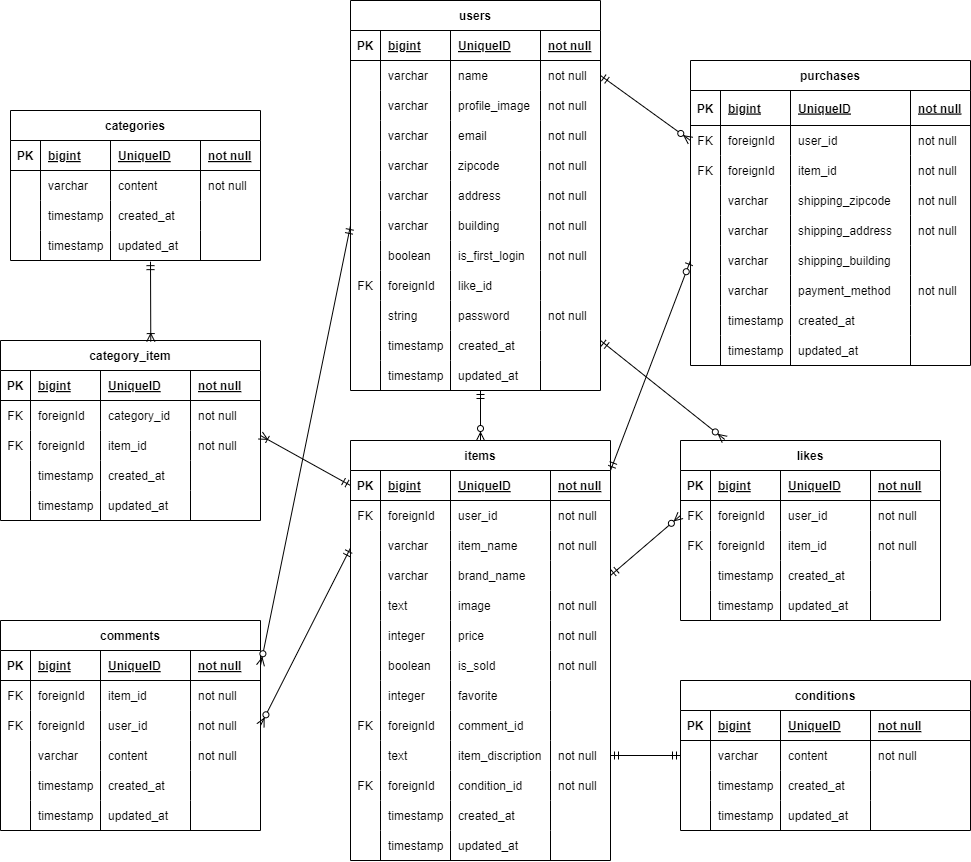
kttmm717/mock-case keeps this draw.io diagram as er.drawio.png. Above is the earlier version. Source tidied: cells renumbered, new cells last; positions are measured from the earlier drawing's top-left corner, leaving out a move shared by most shapes.
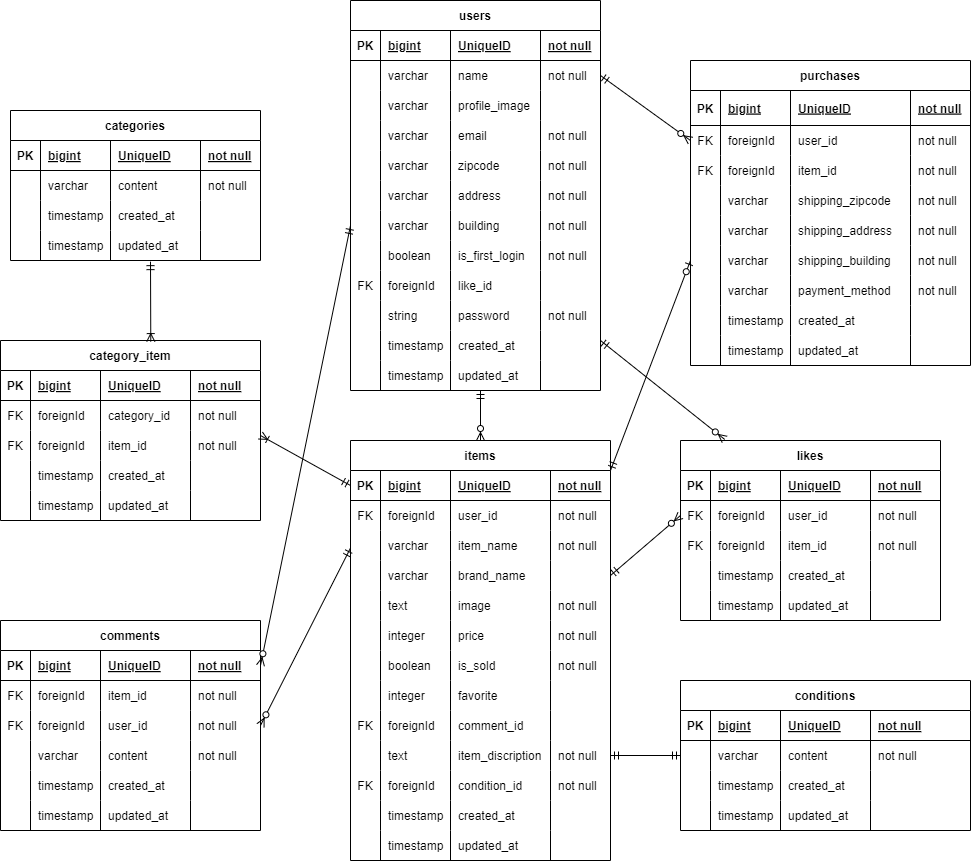
Later version of the same file.

Change to the diagram source:
```diff
@@ -47,7 +47,7 @@
     <mxCell id="16" value="profile_image" style="shape=partialRectangle;fillColor=none;top=0;left=0;bottom=0;right=0;align=left;spacingLeft=6;overflow=hidden;" parent="13" vertex="1">
       <mxGeometry x="100" width="90" height="30" as="geometry" />
     </mxCell>
-    <mxCell id="17" value="not null" style="shape=partialRectangle;fillColor=none;top=0;left=0;bottom=0;right=0;align=left;spacingLeft=6;overflow=hidden;" parent="13" vertex="1">
+    <mxCell id="17" style="shape=partialRectangle;fillColor=none;top=0;left=0;bottom=0;right=0;align=left;spacingLeft=6;overflow=hidden;" parent="13" vertex="1">
       <mxGeometry x="190" width="60" height="30" as="geometry" />
     </mxCell>
     <mxCell id="18" style="shape=tableRow;horizontal=0;startSize=0;swimlaneHead=0;swimlaneBody=0;fillColor=none;top=0;left=0;right=0;bottom=0;" parent="2" vertex="1">
@@ -848,7 +848,7 @@
     <mxCell id="283" value="shipping_building" style="shape=partialRectangle;fillColor=none;top=0;left=0;bottom=0;right=0;align=left;spacingLeft=6;overflow=hidden;" parent="280" vertex="1">
       <mxGeometry x="100" width="120" height="30" as="geometry" />
     </mxCell>
-    <mxCell id="284" style="shape=partialRectangle;fillColor=none;top=0;left=0;bottom=0;right=0;align=left;spacingLeft=6;overflow=hidden;" parent="280" vertex="1">
+    <mxCell id="284" value="not null" style="shape=partialRectangle;fillColor=none;top=0;left=0;bottom=0;right=0;align=left;spacingLeft=6;overflow=hidden;" parent="280" vertex="1">
       <mxGeometry x="220" width="60" height="30" as="geometry" />
     </mxCell>
     <mxCell id="285" style="shape=tableRow;horizontal=0;startSize=0;swimlaneHead=0;swimlaneBody=0;fillColor=none;top=0;left=0;right=0;bottom=0;" parent="254" vertex="1">
```
